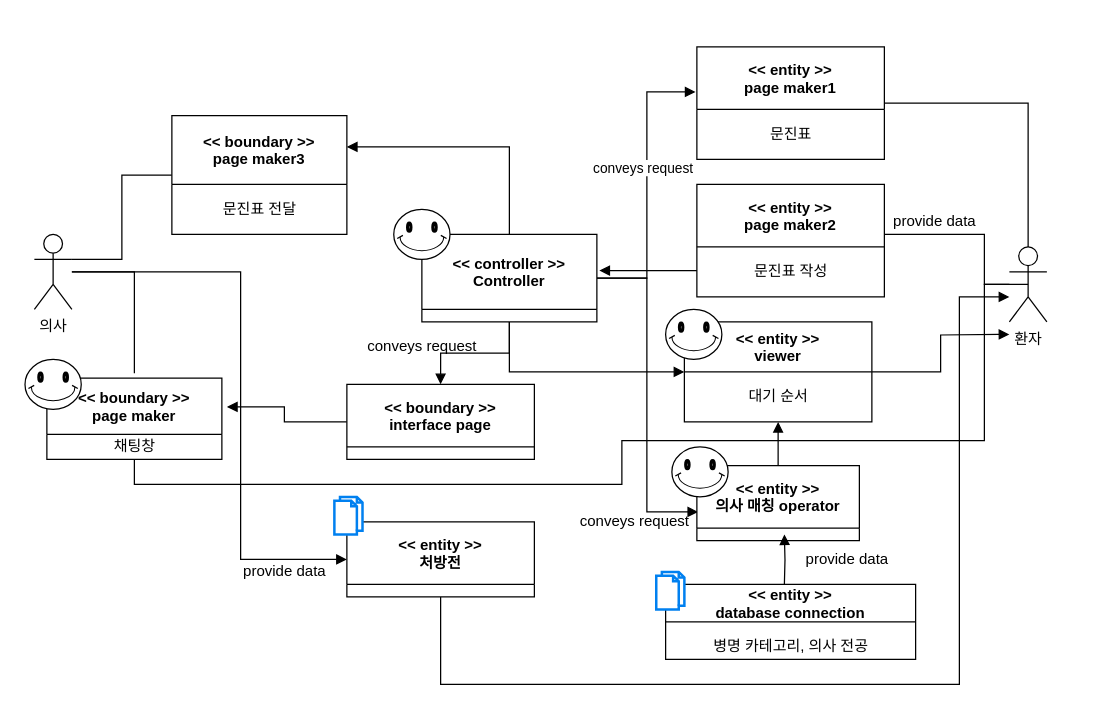
Earlier version of the draw.io diagram doctor/Domain model/UC1.drawio (yhb1834/Smart-Health-Prediction-System). Source tidied: cells renumbered, new cells numbered last; positions are measured from the earlier drawing's top-left corner, leaving out a move shared by most shapes. Both pictures are drawn from the tidied source at 125%, with x=0, y=0 at pixel (24, 46).
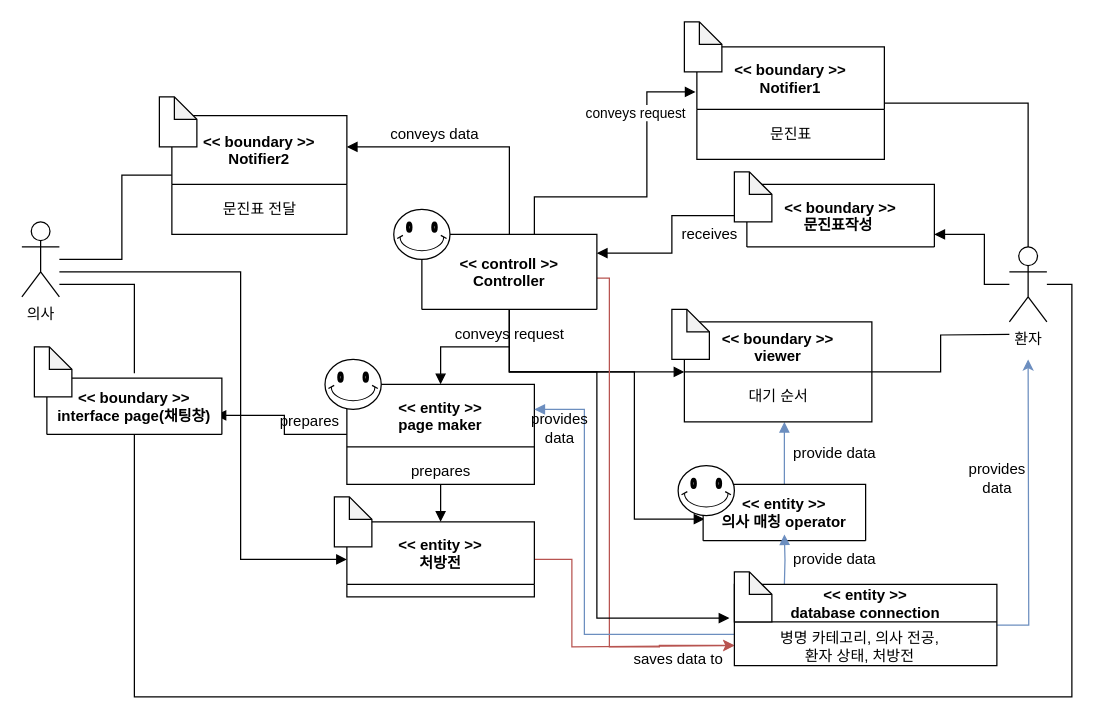
The same page after the edit.

Unchanged cells that the change refers to:
```xml
<mxCell id="7" value="환자" style="shape=umlActor;verticalLabelPosition=bottom;verticalAlign=top;html=1;outlineConnect=0;" parent="1" vertex="1">
  <mxGeometry x="788" y="160" width="30" height="60" as="geometry" />
</mxCell>
<mxCell id="29" value="&lt;&lt; entity &gt;&gt;&#10;처방전" style="swimlane;startSize=50;" parent="1" vertex="1">
  <mxGeometry x="258" y="380" width="150" height="60" as="geometry" />
</mxCell>
```

The edit, as a diff of the source:
```diff
@@
     <mxCell id="2" style="edgeStyle=orthogonalEdgeStyle;rounded=0;jettySize=auto;html=1;endArrow=none;endFill=0;" parent="1" edge="1" source="4">
       <mxGeometry relative="1" as="geometry">
         <mxPoint x="88" y="261" as="targetPoint" />
         <Array as="points">
-          <mxPoint x="88" y="180" />
-          <mxPoint x="88" y="261" />
+          <mxPoint x="88" y="190" />
         </Array>
       </mxGeometry>
     </mxCell>
@@
     <mxCell id="4" value="의사" style="shape=umlActor;verticalLabelPosition=bottom;verticalAlign=top;html=1;outlineConnect=0;" parent="1" vertex="1">
-      <mxGeometry x="8" y="150" width="30" height="60" as="geometry" />
+      <mxGeometry x="-2" y="140" width="30" height="60" as="geometry" />
     </mxCell>
-    <mxCell id="5" style="edgeStyle=orthogonalEdgeStyle;rounded=0;jettySize=auto;html=1;exitX=0.5;exitY=0.5;exitDx=0;exitDy=0;exitPerimeter=0;endArrow=block;endFill=1;" parent="1" edge="1" source="7">
+    <mxCell id="5" style="edgeStyle=orthogonalEdgeStyle;rounded=0;orthogonalLoop=1;jettySize=auto;html=1;endArrow=block;endFill=1;" parent="1" edge="1">
       <mxGeometry relative="1" as="geometry">
-        <mxPoint x="678" y="150" as="targetPoint" />
+        <mxPoint x="788" y="190" as="sourcePoint" />
+        <mxPoint x="728" y="150" as="targetPoint" />
         <Array as="points">
           <mxPoint x="768" y="190" />
           <mxPoint x="768" y="150" />
         </Array>
       </mxGeometry>
     </mxCell>
-    <mxCell id="6" style="edgeStyle=orthogonalEdgeStyle;rounded=0;jettySize=auto;html=1;endArrow=none;endFill=0;entryX=0.5;entryY=1;entryDx=0;entryDy=0;" parent="1" edge="1" source="7" target="38">
+    <mxCell id="6" style="edgeStyle=orthogonalEdgeStyle;rounded=0;jettySize=auto;html=1;endArrow=none;endFill=0;entryX=0.5;entryY=1;entryDx=0;entryDy=0;" parent="1" edge="1" target="38">
       <mxGeometry relative="1" as="geometry">
+        <mxPoint x="818" y="190" as="sourcePoint" />
         <Array as="points">
-          <mxPoint x="768" y="190" />
-          <mxPoint x="768" y="315" />
-          <mxPoint x="478" y="315" />
-          <mxPoint x="478" y="350" />
-          <mxPoint x="88" y="350" />
+          <mxPoint x="838" y="190" />
+          <mxPoint x="838" y="520" />
+          <mxPoint x="88" y="520" />
         </Array>
       </mxGeometry>
     </mxCell>
@@
     <mxCell id="11" style="edgeStyle=orthogonalEdgeStyle;rounded=0;jettySize=auto;html=1;entryX=-0.007;entryY=0.4;entryDx=0;entryDy=0;entryPerimeter=0;endArrow=block;endFill=1;" parent="1" edge="1" source="14" target="33">
-      <mxGeometry relative="1" as="geometry" />
+      <mxGeometry relative="1" as="geometry">
+        <Array as="points">
+          <mxPoint x="408" y="120" />
+          <mxPoint x="498" y="120" />
+          <mxPoint x="498" y="36" />
+        </Array>
+      </mxGeometry>
     </mxCell>
     <mxCell id="12" value="conveys request" style="edgeLabel;html=1;align=center;verticalAlign=middle;" parent="11" vertex="1">
-      <mxGeometry x="0.13" y="4" relative="1" as="geometry" />
+      <mxGeometry x="0.13" y="4" relative="1" as="geometry">
+        <mxPoint x="-6" y="-51" as="offset" />
+      </mxGeometry>
     </mxCell>
     <mxCell id="13" style="edgeStyle=orthogonalEdgeStyle;rounded=0;jettySize=auto;html=1;entryX=0.008;entryY=0.617;entryDx=0;entryDy=0;endArrow=block;endFill=1;entryPerimeter=0;" parent="1" edge="1" source="14" target="17">
-      <mxGeometry relative="1" as="geometry" />
+      <mxGeometry relative="1" as="geometry">
+        <Array as="points">
+          <mxPoint x="388" y="260" />
+          <mxPoint x="488" y="260" />
+          <mxPoint x="488" y="378" />
+        </Array>
+      </mxGeometry>
     </mxCell>
+    <mxCell id="49" style="edgeStyle=orthogonalEdgeStyle;rounded=0;jettySize=auto;html=1;entryX=0;entryY=0.75;entryDx=0;entryDy=0;fillColor=#f8cecc;strokeColor=#b85450;" parent="1" edge="1" source="14" target="36">
+      <mxGeometry relative="1" as="geometry">
+        <Array as="points">
+          <mxPoint x="468" y="185" />
+          <mxPoint x="468" y="480" />
+          <mxPoint x="508" y="480" />
+          <mxPoint x="508" y="479" />
+        </Array>
+      </mxGeometry>
+    </mxCell>
-    <mxCell id="14" value="&lt;&lt; controller &gt;&gt;&#10;Controller" style="swimlane;startSize=60;" parent="1" vertex="1">
-      <mxGeometry x="318" y="150" width="140" height="70" as="geometry" />
+    <mxCell id="14" value="&lt;&lt; controll &gt;&gt;&#10;Controller" style="swimlane;startSize=60;" parent="1" vertex="1">
+      <mxGeometry x="318" y="150" width="140" height="60" as="geometry" />
     </mxCell>
@@
-    <mxCell id="16" style="edgeStyle=orthogonalEdgeStyle;rounded=0;jettySize=auto;html=1;entryX=0.5;entryY=1;entryDx=0;entryDy=0;endArrow=block;endFill=1;" parent="1" edge="1" source="17" target="23">
-      <mxGeometry relative="1" as="geometry" />
-    </mxCell>
+    <mxCell id="50" style="edgeStyle=orthogonalEdgeStyle;rounded=0;jettySize=auto;html=1;endArrow=block;endFill=1;fillColor=#dae8fc;strokeColor=#6c8ebf;" parent="1" edge="1" source="17">
+      <mxGeometry relative="1" as="geometry">
+        <mxPoint x="608" y="300" as="targetPoint" />
+      </mxGeometry>
+    </mxCell>
     <mxCell id="17" value="&lt;&lt; entity &gt;&gt;&#10;의사 매칭 operator" style="swimlane;startSize=50;" parent="1" vertex="1">
-      <mxGeometry x="538" y="335" width="130" height="60" as="geometry" />
+      <mxGeometry x="543" y="350" width="130" height="45" as="geometry" />
     </mxCell>
@@
-    <mxCell id="19" style="edgeStyle=orthogonalEdgeStyle;rounded=0;jettySize=auto;html=1;endArrow=block;endFill=1;entryX=1.014;entryY=0.414;entryDx=0;entryDy=0;entryPerimeter=0;" parent="1" edge="1" source="20" target="14">
-      <mxGeometry relative="1" as="geometry">
-        <Array as="points">
-          <mxPoint x="498" y="179" />
-          <mxPoint x="498" y="179" />
-        </Array>
-      </mxGeometry>
+    <mxCell id="19" style="edgeStyle=orthogonalEdgeStyle;rounded=0;jettySize=auto;html=1;entryX=1;entryY=0.25;entryDx=0;entryDy=0;endArrow=block;endFill=1;" parent="1" edge="1" source="20" target="14">
+      <mxGeometry relative="1" as="geometry" />
     </mxCell>
-    <mxCell id="20" value="&lt;&lt; entity &gt;&gt;&#10;page maker2" style="swimlane;startSize=50;" parent="1" vertex="1">
-      <mxGeometry x="538" y="110" width="150" height="90" as="geometry" />
+    <mxCell id="20" value="&lt;&lt; boundary &gt;&gt;&#10;문진표작성 " style="swimlane;startSize=50;" parent="1" vertex="1">
+      <mxGeometry x="578" y="110" width="150" height="50" as="geometry" />
     </mxCell>
-    <mxCell id="21" value="문진표 작성" style="text;html=1;align=center;verticalAlign=middle;strokeColor=none;" parent="20" vertex="1">
-      <mxGeometry x="40" y="60" width="70" height="20" as="geometry" />
-    </mxCell>
+    <mxCell id="51" style="shape=note;whiteSpace=wrap;html=1;backgroundOutline=1;darkOpacity=0.05;size=18;" parent="20" vertex="1">
+      <mxGeometry x="-10" y="-10" width="30" height="40" as="geometry" />
+    </mxCell>
-    <mxCell id="22" style="edgeStyle=orthogonalEdgeStyle;rounded=0;jettySize=auto;html=1;endArrow=block;endFill=1;" parent="1" edge="1" source="23">
+    <mxCell id="22" style="edgeStyle=orthogonalEdgeStyle;rounded=0;jettySize=auto;html=1;endArrow=none;endFill=0;" parent="1" edge="1" source="23">
       <mxGeometry relative="1" as="geometry">
         <mxPoint x="788" y="230" as="targetPoint" />
       </mxGeometry>
     </mxCell>
-    <mxCell id="23" value="&lt;&lt; entity &gt;&gt;&#10;viewer" style="swimlane;startSize=40;" parent="1" vertex="1">
+    <mxCell id="23" value="&lt;&lt; boundary &gt;&gt;&#10;viewer" style="swimlane;startSize=40;" parent="1" vertex="1">
       <mxGeometry x="528" y="220" width="150" height="80" as="geometry" />
     </mxCell>
@@
-    <mxCell id="25" style="verticalLabelPosition=bottom;verticalAlign=top;html=1;shape=mxgraph.basic.smiley;" parent="23" vertex="1">
-      <mxGeometry x="-15" y="-10" width="45" height="40" as="geometry" />
-    </mxCell>
+    <mxCell id="52" style="shape=note;whiteSpace=wrap;html=1;backgroundOutline=1;darkOpacity=0.05;size=18;" parent="23" vertex="1">
+      <mxGeometry x="-10" y="-10" width="30" height="40" as="geometry" />
+    </mxCell>
+    <mxCell id="53" style="edgeStyle=orthogonalEdgeStyle;rounded=0;jettySize=auto;html=1;entryX=0.5;entryY=0;entryDx=0;entryDy=0;endArrow=block;endFill=1;" parent="1" edge="1" source="27" target="29">
+      <mxGeometry relative="1" as="geometry" />
+    </mxCell>
-    <mxCell id="26" style="edgeStyle=orthogonalEdgeStyle;rounded=0;jettySize=auto;html=1;entryX=1.029;entryY=0.354;entryDx=0;entryDy=0;entryPerimeter=0;endArrow=block;endFill=1;" parent="1" edge="1" source="27" target="38">
+    <mxCell id="26" style="edgeStyle=orthogonalEdgeStyle;rounded=0;jettySize=auto;html=1;entryX=0.964;entryY=0.662;entryDx=0;entryDy=0;entryPerimeter=0;endArrow=block;endFill=1;" parent="1" edge="1" source="27" target="38">
       <mxGeometry relative="1" as="geometry" />
     </mxCell>
-    <mxCell id="27" value="&lt;&lt; boundary &gt;&gt;&#10;interface page" style="swimlane;startSize=50;" parent="1" vertex="1">
-      <mxGeometry x="258" y="270" width="150" height="60" as="geometry" />
+    <mxCell id="27" value="&lt;&lt; entity &gt;&gt;&#10;page maker" style="swimlane;startSize=50;" parent="1" vertex="1">
+      <mxGeometry x="258" y="270" width="150" height="80" as="geometry" />
     </mxCell>
-    <mxCell id="28" style="edgeStyle=orthogonalEdgeStyle;rounded=0;jettySize=auto;html=1;endArrow=block;endFill=1;" parent="1" edge="1" source="29" target="7">
-      <mxGeometry relative="1" as="geometry">
-        <Array as="points">
-          <mxPoint x="333" y="510" />
-          <mxPoint x="748" y="510" />
-          <mxPoint x="748" y="200" />
-        </Array>
-      </mxGeometry>
-    </mxCell>
+    <mxCell id="54" value="prepares" style="text;html=1;align=center;verticalAlign=middle;strokeColor=none;" parent="27" vertex="1">
+      <mxGeometry x="45" y="60" width="60" height="20" as="geometry" />
+    </mxCell>
+    <mxCell id="55" style="edgeStyle=orthogonalEdgeStyle;rounded=0;jettySize=auto;html=1;fillColor=#f8cecc;strokeColor=#b85450;" parent="1" edge="1" source="29">
+      <mxGeometry relative="1" as="geometry">
+        <mxPoint x="568" y="479" as="targetPoint" />
+        <Array as="points">
+          <mxPoint x="438" y="410" />
+          <mxPoint x="438" y="480" />
+          <mxPoint x="568" y="480" />
+        </Array>
+      </mxGeometry>
+    </mxCell>
@@
-    <mxCell id="30" style="html=1;verticalLabelPosition=bottom;align=center;labelBackgroundColor=#ffffff;verticalAlign=top;strokeWidth=2;strokeColor=#0080F0;shadow=0;dashed=0;shape=mxgraph.ios7.icons.documents;" parent="29" vertex="1">
-      <mxGeometry x="-10" y="-20" width="22.5" height="30" as="geometry" />
-    </mxCell>
-    <mxCell id="31" value="provide data" style="text;html=1;align=center;verticalAlign=middle;strokeColor=none;" parent="1" vertex="1">
-      <mxGeometry x="688" y="130" width="80" height="20" as="geometry" />
-    </mxCell>
+    <mxCell id="56" style="shape=note;whiteSpace=wrap;html=1;backgroundOutline=1;darkOpacity=0.05;size=18;" parent="29" vertex="1">
+      <mxGeometry x="-10" y="-20" width="30" height="40" as="geometry" />
+    </mxCell>
@@
-    <mxCell id="33" value="&lt;&lt; entity &gt;&gt;&#10;page maker1" style="swimlane;startSize=50;" parent="1" vertex="1">
+    <mxCell id="33" value="&lt;&lt; boundary &gt;&gt;&#10;Notifier1" style="swimlane;startSize=50;" parent="1" vertex="1">
       <mxGeometry x="538" width="150" height="90" as="geometry" />
     </mxCell>
@@
+    <mxCell id="57" style="shape=note;whiteSpace=wrap;html=1;backgroundOutline=1;darkOpacity=0.05;size=18;" parent="33" vertex="1">
+      <mxGeometry x="-10" y="-20" width="30" height="40" as="geometry" />
+    </mxCell>
-    <mxCell id="35" style="edgeStyle=orthogonalEdgeStyle;rounded=0;orthogonalLoop=1;jettySize=auto;html=1;endArrow=block;endFill=1;" parent="1" edge="1">
+    <mxCell id="35" style="edgeStyle=orthogonalEdgeStyle;rounded=0;orthogonalLoop=1;jettySize=auto;html=1;endArrow=block;endFill=1;fillColor=#dae8fc;strokeColor=#6c8ebf;" parent="1" edge="1">
       <mxGeometry relative="1" as="geometry">
         <mxPoint x="608" y="430" as="sourcePoint" />
         <mxPoint x="608" y="390" as="targetPoint" />
       </mxGeometry>
     </mxCell>
+    <mxCell id="58" style="edgeStyle=orthogonalEdgeStyle;rounded=0;jettySize=auto;html=1;fillColor=#dae8fc;strokeColor=#6c8ebf;" parent="1" edge="1" source="36">
+      <mxGeometry relative="1" as="geometry">
+        <mxPoint x="803" y="250" as="targetPoint" />
+      </mxGeometry>
+    </mxCell>
+    <mxCell id="59" style="edgeStyle=orthogonalEdgeStyle;rounded=0;jettySize=auto;html=1;entryX=1;entryY=0.25;entryDx=0;entryDy=0;endArrow=block;endFill=1;fillColor=#dae8fc;strokeColor=#6c8ebf;" parent="1" edge="1" source="36" target="27">
+      <mxGeometry relative="1" as="geometry">
+        <Array as="points">
+          <mxPoint x="448" y="470" />
+          <mxPoint x="448" y="290" />
+        </Array>
+      </mxGeometry>
+    </mxCell>
     <mxCell id="36" value="&lt;&lt; entity &gt;&gt;&#10;database connection" style="swimlane;startSize=30;" parent="1" vertex="1">
-      <mxGeometry x="513" y="430" width="200" height="60" as="geometry" />
+      <mxGeometry x="568" y="430" width="210" height="65" as="geometry" />
     </mxCell>
-    <mxCell id="37" value="병명 카테고리, 의사 전공" style="text;html=1;align=center;verticalAlign=middle;strokeColor=none;" parent="36" vertex="1">
-      <mxGeometry x="35" y="40" width="130" height="20" as="geometry" />
+    <mxCell id="37" value="병명 카테고리, 의사 전공, &lt;br&gt;환자 상태, 처방전" style="text;html=1;align=center;verticalAlign=middle;strokeColor=none;" parent="36" vertex="1">
+      <mxGeometry x="30" y="35" width="140" height="30" as="geometry" />
     </mxCell>
+    <mxCell id="60" style="shape=note;whiteSpace=wrap;html=1;backgroundOutline=1;darkOpacity=0.05;size=18;" parent="36" vertex="1">
+      <mxGeometry y="-10" width="30" height="40" as="geometry" />
+    </mxCell>
-    <mxCell id="38" value="&lt;&lt; boundary &gt;&gt;&#10;page maker" style="swimlane;startSize=45;" parent="1" vertex="1">
-      <mxGeometry x="18" y="265" width="140" height="65" as="geometry" />
+    <mxCell id="38" value="&lt;&lt; boundary &gt;&gt;&#10;interface page(채팅창)" style="swimlane;startSize=45;" parent="1" vertex="1">
+      <mxGeometry x="18" y="265" width="140" height="45" as="geometry" />
     </mxCell>
-    <mxCell id="39" value="채팅창" style="text;html=1;align=center;verticalAlign=middle;strokeColor=none;" parent="38" vertex="1">
-      <mxGeometry x="45" y="45" width="50" height="20" as="geometry" />
-    </mxCell>
-    <mxCell id="40" style="verticalLabelPosition=bottom;verticalAlign=top;html=1;shape=mxgraph.basic.smiley;" parent="38" vertex="1">
-      <mxGeometry x="-17.5" y="-15" width="45" height="40" as="geometry" />
-    </mxCell>
+    <mxCell id="61" style="shape=note;whiteSpace=wrap;html=1;backgroundOutline=1;darkOpacity=0.05;size=18;" parent="38" vertex="1">
+      <mxGeometry x="-10" y="-25" width="30" height="40" as="geometry" />
+    </mxCell>
+    <mxCell id="62" style="edgeStyle=orthogonalEdgeStyle;rounded=0;jettySize=auto;html=1;entryX=-0.019;entryY=0.415;entryDx=0;entryDy=0;endArrow=block;endFill=1;entryPerimeter=0;" parent="1" edge="1" source="41" target="36">
+      <mxGeometry relative="1" as="geometry">
+        <Array as="points">
+          <mxPoint x="388" y="260" />
+          <mxPoint x="458" y="260" />
+          <mxPoint x="458" y="457" />
+        </Array>
+      </mxGeometry>
+    </mxCell>
     <mxCell id="41" value="conveys request" style="text;html=1;align=center;verticalAlign=middle;points=[];strokeColor=none;" parent="1" vertex="1">
-      <mxGeometry x="268" y="230" width="100" height="20" as="geometry" />
+      <mxGeometry x="338" y="220" width="100" height="20" as="geometry" />
     </mxCell>
-    <mxCell id="42" value="provide data" style="text;html=1;align=center;verticalAlign=middle;strokeColor=none;" parent="1" vertex="1">
-      <mxGeometry x="168" y="410" width="80" height="20" as="geometry" />
-    </mxCell>
-    <mxCell id="43" value="conveys request" style="text;html=1;align=center;verticalAlign=middle;strokeColor=none;" parent="1" vertex="1">
-      <mxGeometry x="438" y="370" width="100" height="20" as="geometry" />
-    </mxCell>
     <mxCell id="44" value="provide data" style="text;html=1;align=center;verticalAlign=middle;strokeColor=none;" parent="1" vertex="1">
-      <mxGeometry x="618" y="400" width="80" height="20" as="geometry" />
+      <mxGeometry x="608" y="400" width="80" height="20" as="geometry" />
     </mxCell>
-    <mxCell id="45" style="edgeStyle=orthogonalEdgeStyle;rounded=0;jettySize=auto;html=1;entryX=1;entryY=0.3333333333333333;entryDx=0;entryDy=0;entryPerimeter=0;endArrow=none;endFill=0;" parent="1" edge="1" source="46" target="4">
-      <mxGeometry relative="1" as="geometry" />
+    <mxCell id="45" style="edgeStyle=orthogonalEdgeStyle;rounded=0;jettySize=auto;html=1;endArrow=none;endFill=0;" parent="1" edge="1" source="46">
+      <mxGeometry relative="1" as="geometry">
+        <mxPoint x="28" y="170" as="targetPoint" />
+        <Array as="points">
+          <mxPoint x="78" y="103" />
+          <mxPoint x="78" y="170" />
+        </Array>
+      </mxGeometry>
     </mxCell>
-    <mxCell id="46" value="&lt;&lt; boundary &gt;&gt;&#10;page maker3" style="swimlane;startSize=55;" parent="1" vertex="1">
+    <mxCell id="46" value="&lt;&lt; boundary &gt;&gt;&#10;Notifier2" style="swimlane;startSize=55;" parent="1" vertex="1">
       <mxGeometry x="118" y="55" width="140" height="95" as="geometry" />
     </mxCell>
@@
-    <mxCell id="48" style="html=1;verticalLabelPosition=bottom;align=center;labelBackgroundColor=#ffffff;verticalAlign=top;strokeWidth=2;strokeColor=#0080F0;shadow=0;dashed=0;shape=mxgraph.ios7.icons.documents;" parent="1" vertex="1">
-      <mxGeometry x="505.5" y="420" width="22.5" height="30" as="geometry" />
-    </mxCell>
+    <mxCell id="63" style="shape=note;whiteSpace=wrap;html=1;backgroundOutline=1;darkOpacity=0.05;size=18;" parent="46" vertex="1">
+      <mxGeometry x="-10" y="-15" width="30" height="40" as="geometry" />
+    </mxCell>
+    <mxCell id="40" style="verticalLabelPosition=bottom;verticalAlign=top;html=1;shape=mxgraph.basic.smiley;" parent="1" vertex="1">
+      <mxGeometry x="240.5" y="250" width="45" height="40" as="geometry" />
+    </mxCell>
+    <mxCell id="64" value="conveys data" style="text;html=1;align=center;verticalAlign=middle;strokeColor=none;" parent="1" vertex="1">
+      <mxGeometry x="283" y="60" width="90" height="20" as="geometry" />
+    </mxCell>
+    <mxCell id="65" value="saves data to" style="text;html=1;align=center;verticalAlign=middle;strokeColor=none;" parent="1" vertex="1">
+      <mxGeometry x="478" y="480" width="90" height="20" as="geometry" />
+    </mxCell>
+    <mxCell id="66" value="provide data" style="text;html=1;align=center;verticalAlign=middle;strokeColor=none;" parent="1" vertex="1">
+      <mxGeometry x="608" y="315" width="80" height="20" as="geometry" />
+    </mxCell>
+    <mxCell id="67" value="provides&lt;br&gt;data" style="text;html=1;align=center;verticalAlign=middle;strokeColor=none;" parent="1" vertex="1">
+      <mxGeometry x="398" y="290" width="60" height="30" as="geometry" />
+    </mxCell>
+    <mxCell id="68" value="receives" style="text;html=1;align=center;verticalAlign=middle;strokeColor=none;" parent="1" vertex="1">
+      <mxGeometry x="518" y="140" width="60" height="20" as="geometry" />
+    </mxCell>
+    <mxCell id="69" value="provides &lt;br&gt;data" style="text;html=1;align=center;verticalAlign=middle;strokeColor=none;" parent="1" vertex="1">
+      <mxGeometry x="748" y="330" width="60" height="30" as="geometry" />
+    </mxCell>
+    <mxCell id="70" value="prepares" style="text;html=1;align=center;verticalAlign=middle;strokeColor=none;" parent="1" vertex="1">
+      <mxGeometry x="198" y="290" width="60" height="20" as="geometry" />
+    </mxCell>
+    <mxCell id="71" style="edgeStyle=orthogonalEdgeStyle;rounded=0;orthogonalLoop=1;jettySize=auto;html=1;exitX=0.5;exitY=1;exitDx=0;exitDy=0;endArrow=none;endFill=0;" parent="1" edge="1" source="17" target="17">
+      <mxGeometry relative="1" as="geometry" />
+    </mxCell>
```
